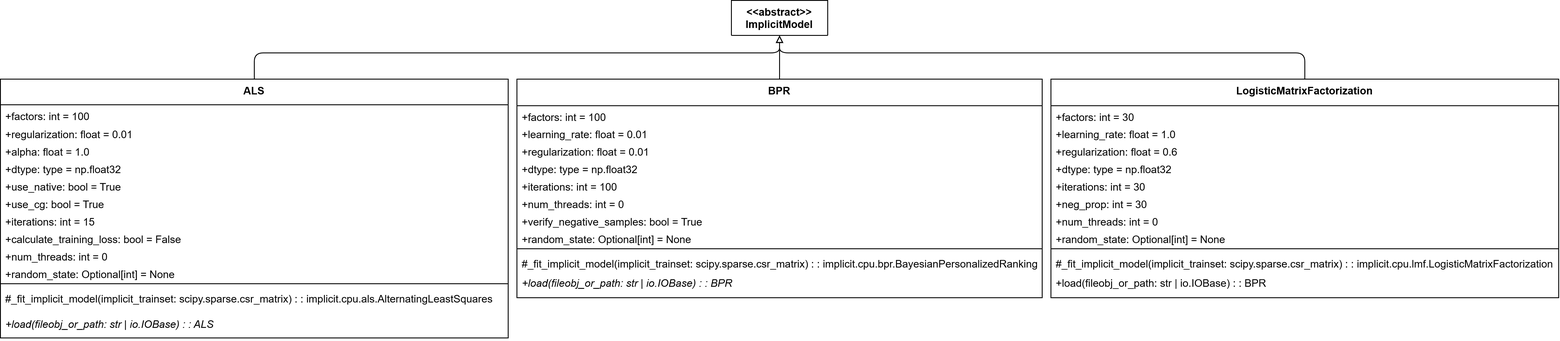
Before: figures/UML/models/implicit_models.png, a diagram exported from draw.io (Lorenzo-Gardini/Thesis). Source tidied: cells renumbered, new cells last; positions are measured from the earlier drawing's top-left corner, leaving out a move shared by most shapes.
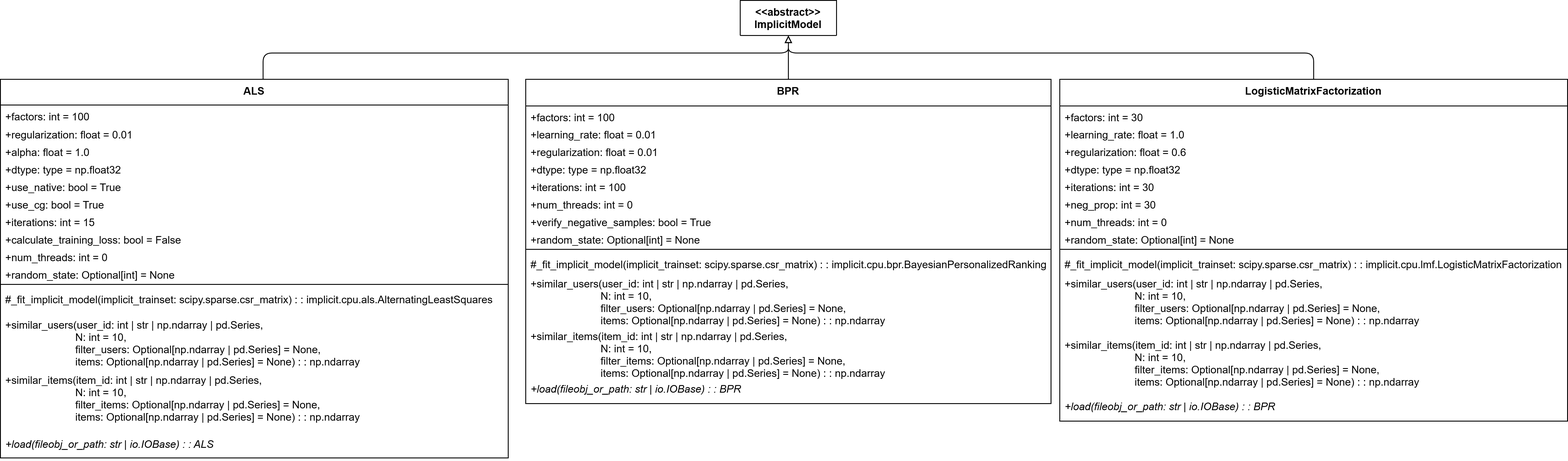
Above is the later version.

The edit, as a diff of the source:
```diff
@@ -2,16 +2,16 @@
   <root>
     <mxCell id="0" />
     <mxCell id="1" parent="0" />
-    <mxCell id="2" style="edgeStyle=orthogonalEdgeStyle;rounded=1;jettySize=auto;html=1;entryX=0.5;entryY=1;entryDx=0;entryDy=0;curved=0;endArrow=block;endFill=0;" parent="1" edge="1" source="3" target="30">
+    <mxCell id="2" style="edgeStyle=orthogonalEdgeStyle;rounded=1;jettySize=auto;html=1;entryX=0.5;entryY=1;entryDx=0;entryDy=0;curved=0;endArrow=block;endFill=0;" parent="1" edge="1" source="3" target="34">
       <mxGeometry relative="1" as="geometry">
         <Array as="points">
-          <mxPoint x="290" y="60" />
-          <mxPoint x="890" y="60" />
+          <mxPoint x="300" y="60" />
+          <mxPoint x="900" y="60" />
         </Array>
       </mxGeometry>
     </mxCell>
     <mxCell id="3" value="ALS" style="swimlane;fontStyle=1;align=center;verticalAlign=top;horizontal=1;startSize=29.333333333333332;" parent="1" vertex="1">
-      <mxGeometry y="90" width="580" height="296" as="geometry" />
+      <mxGeometry y="90" width="580" height="432" as="geometry" />
     </mxCell>
     <mxCell id="4" value="+factors: int = 100" style="text;strokeColor=none;fillColor=none;align=left;verticalAlign=top;spacingLeft=4;spacingRight=4;overflow=hidden;" parent="3" vertex="1">
       <mxGeometry y="29.3" width="580" height="20.7" as="geometry" />
@@ -49,94 +49,112 @@
     <mxCell id="15" value="#_fit_implicit_model(implicit_trainset: scipy.sparse.csr_matrix) : : implicit.cpu.als.AlternatingLeastSquares" style="text;strokeColor=none;fillColor=none;align=left;verticalAlign=top;spacingLeft=4;spacingRight=4;overflow=hidden;fontStyle=0;" parent="3" vertex="1">
       <mxGeometry y="238" width="580" height="29" as="geometry" />
     </mxCell>
-    <mxCell id="16" value="+load(fileobj_or_path: str | io.IOBase) : : ALS" style="text;strokeColor=none;fillColor=none;align=left;verticalAlign=top;spacingLeft=4;spacingRight=4;overflow=hidden;fontStyle=2;" parent="3" vertex="1">
-      <mxGeometry y="267" width="580" height="29" as="geometry" />
+    <mxCell id="16" value="+similar_users(user_id: int | str | np.ndarray | pd.Series, &#10;                        N: int = 10, &#10;                        filter_users: Optional[np.ndarray | pd.Series] = None, &#10;                        items: Optional[np.ndarray | pd.Series] = None) : : np.ndarray" style="text;strokeColor=none;fillColor=none;align=left;verticalAlign=top;spacingLeft=4;spacingRight=4;overflow=hidden;fontStyle=0;" parent="3" vertex="1">
+      <mxGeometry y="267" width="580" height="63" as="geometry" />
     </mxCell>
-    <mxCell id="17" style="edgeStyle=orthogonalEdgeStyle;rounded=0;jettySize=auto;html=1;entryX=0.5;entryY=1;entryDx=0;entryDy=0;endArrow=block;endFill=0;" parent="1" edge="1" source="18" target="30">
-      <mxGeometry relative="1" as="geometry" />
+    <mxCell id="17" value="+similar_items(item_id: int | str | np.ndarray | pd.Series,&#10;                        N: int = 10,&#10;                        filter_items: Optional[np.ndarray | pd.Series] = None,&#10;                        items: Optional[np.ndarray | pd.Series] = None) : : np.ndarray" style="text;strokeColor=none;fillColor=none;align=left;verticalAlign=top;spacingLeft=4;spacingRight=4;overflow=hidden;fontStyle=0;" parent="3" vertex="1">
+      <mxGeometry y="330" width="580" height="73" as="geometry" />
     </mxCell>
-    <mxCell id="18" value="BPR" style="swimlane;fontStyle=1;align=center;verticalAlign=top;horizontal=1;startSize=30.4;" parent="1" vertex="1">
-      <mxGeometry x="590" y="90" width="600" height="250" as="geometry" />
+    <mxCell id="18" value="+load(fileobj_or_path: str | io.IOBase) : : ALS" style="text;strokeColor=none;fillColor=none;align=left;verticalAlign=top;spacingLeft=4;spacingRight=4;overflow=hidden;points=[[0,0.5],[1,0.5]];portConstraint=eastwest;fontStyle=2;" parent="3" vertex="1">
+      <mxGeometry y="403" width="580" height="29" as="geometry" />
     </mxCell>
-    <mxCell id="19" value="+factors: int = 100" style="text;strokeColor=none;fillColor=none;align=left;verticalAlign=top;spacingLeft=4;spacingRight=4;overflow=hidden;" parent="18" vertex="1">
-      <mxGeometry y="30.4" width="600" height="19.6" as="geometry" />
+    <mxCell id="19" style="edgeStyle=orthogonalEdgeStyle;rounded=0;jettySize=auto;html=1;entryX=0.5;entryY=1;entryDx=0;entryDy=0;endArrow=block;endFill=0;" parent="1" edge="1" source="20" target="34">
+      <mxGeometry relative="1" as="geometry" />
     </mxCell>
-    <mxCell id="20" value="+learning_rate: float = 0.01" style="text;strokeColor=none;fillColor=none;align=left;verticalAlign=top;spacingLeft=4;spacingRight=4;overflow=hidden;points=[[0,0.5],[1,0.5]];portConstraint=eastwest;" parent="18" vertex="1">
-      <mxGeometry y="50" width="600" height="20" as="geometry" />
+    <mxCell id="20" value="BPR" style="swimlane;fontStyle=1;align=center;verticalAlign=top;horizontal=1;startSize=30.4;" parent="1" vertex="1">
+      <mxGeometry x="600" y="90" width="600" height="370" as="geometry" />
     </mxCell>
-    <mxCell id="21" value="+regularization: float = 0.01" style="text;strokeColor=none;fillColor=none;align=left;verticalAlign=top;spacingLeft=4;spacingRight=4;overflow=hidden;" parent="18" vertex="1">
-      <mxGeometry y="70" width="600" height="20" as="geometry" />
+    <mxCell id="21" value="+factors: int = 100" style="text;strokeColor=none;fillColor=none;align=left;verticalAlign=top;spacingLeft=4;spacingRight=4;overflow=hidden;" parent="20" vertex="1">
+      <mxGeometry y="30.4" width="600" height="19.6" as="geometry" />
     </mxCell>
-    <mxCell id="22" value="+dtype: type = np.float32" style="text;strokeColor=none;fillColor=none;align=left;verticalAlign=top;spacingLeft=4;spacingRight=4;overflow=hidden;" parent="18" vertex="1">
-      <mxGeometry y="90" width="600" height="20" as="geometry" />
+    <mxCell id="22" value="+learning_rate: float = 0.01" style="text;strokeColor=none;fillColor=none;align=left;verticalAlign=top;spacingLeft=4;spacingRight=4;overflow=hidden;" parent="20" vertex="1">
+      <mxGeometry y="50" width="600" height="20" as="geometry" />
     </mxCell>
-    <mxCell id="23" value="+iterations: int = 100" style="text;strokeColor=none;fillColor=none;align=left;verticalAlign=top;spacingLeft=4;spacingRight=4;overflow=hidden;" parent="18" vertex="1">
-      <mxGeometry y="110" width="600" height="20" as="geometry" />
+    <mxCell id="23" value="+regularization: float = 0.01" style="text;strokeColor=none;fillColor=none;align=left;verticalAlign=top;spacingLeft=4;spacingRight=4;overflow=hidden;" parent="20" vertex="1">
+      <mxGeometry y="70" width="600" height="20" as="geometry" />
     </mxCell>
-    <mxCell id="24" value="+num_threads: int = 0" style="text;strokeColor=none;fillColor=none;align=left;verticalAlign=top;spacingLeft=4;spacingRight=4;overflow=hidden;" parent="18" vertex="1">
-      <mxGeometry y="130" width="600" height="20" as="geometry" />
+    <mxCell id="24" value="+dtype: type = np.float32" style="text;strokeColor=none;fillColor=none;align=left;verticalAlign=top;spacingLeft=4;spacingRight=4;overflow=hidden;" parent="20" vertex="1">
+      <mxGeometry y="90" width="600" height="20" as="geometry" />
     </mxCell>
-    <mxCell id="25" value="+verify_negative_samples: bool = True" style="text;strokeColor=none;fillColor=none;align=left;verticalAlign=top;spacingLeft=4;spacingRight=4;overflow=hidden;" parent="18" vertex="1">
-      <mxGeometry y="150" width="600" height="20" as="geometry" />
+    <mxCell id="25" value="+iterations: int = 100" style="text;strokeColor=none;fillColor=none;align=left;verticalAlign=top;spacingLeft=4;spacingRight=4;overflow=hidden;" parent="20" vertex="1">
+      <mxGeometry y="110" width="600" height="20" as="geometry" />
     </mxCell>
-    <mxCell id="26" value="+random_state: Optional[int] = None" style="text;strokeColor=none;fillColor=none;align=left;verticalAlign=top;spacingLeft=4;spacingRight=4;overflow=hidden;" parent="18" vertex="1">
-      <mxGeometry y="170" width="600" height="20" as="geometry" />
+    <mxCell id="26" value="+num_threads: int = 0" style="text;strokeColor=none;fillColor=none;align=left;verticalAlign=top;spacingLeft=4;spacingRight=4;overflow=hidden;" parent="20" vertex="1">
+      <mxGeometry y="130" width="600" height="20" as="geometry" />
     </mxCell>
-    <mxCell id="27" style="line;strokeWidth=1;fillColor=none;align=left;verticalAlign=middle;spacingTop=-1;spacingLeft=3;spacingRight=3;labelPosition=right;strokeColor=inherit;" parent="18" vertex="1">
-      <mxGeometry y="190" width="600" height="8" as="geometry" />
+    <mxCell id="27" value="+verify_negative_samples: bool = True" style="text;strokeColor=none;fillColor=none;align=left;verticalAlign=top;spacingLeft=4;spacingRight=4;overflow=hidden;" parent="20" vertex="1">
+      <mxGeometry y="150" width="600" height="20" as="geometry" />
     </mxCell>
-    <mxCell id="28" value="#_fit_implicit_model(implicit_trainset: scipy.sparse.csr_matrix) : : implicit.cpu.bpr.BayesianPersonalizedRanking" style="text;strokeColor=none;fillColor=none;align=left;verticalAlign=top;spacingLeft=4;spacingRight=4;overflow=hidden;fontStyle=0;" parent="18" vertex="1">
-      <mxGeometry y="198" width="600" height="22" as="geometry" />
+    <mxCell id="28" value="+random_state: Optional[int] = None" style="text;strokeColor=none;fillColor=none;align=left;verticalAlign=top;spacingLeft=4;spacingRight=4;overflow=hidden;" parent="20" vertex="1">
+      <mxGeometry y="170" width="600" height="20" as="geometry" />
     </mxCell>
-    <mxCell id="29" value="+load(fileobj_or_path: str | io.IOBase) : : BPR" style="text;strokeColor=none;fillColor=none;align=left;verticalAlign=top;spacingLeft=4;spacingRight=4;overflow=hidden;fontStyle=2;" parent="18" vertex="1">
-      <mxGeometry y="220" width="600" height="30" as="geometry" />
+    <mxCell id="29" style="line;strokeWidth=1;fillColor=none;align=left;verticalAlign=middle;spacingTop=-1;spacingLeft=3;spacingRight=3;labelPosition=right;strokeColor=inherit;" parent="20" vertex="1">
+      <mxGeometry y="190" width="600" height="8" as="geometry" />
     </mxCell>
-    <mxCell id="30" value="&lt;&lt;abstract&gt;&gt;&#10;ImplicitModel" style="swimlane;fontStyle=1;align=center;verticalAlign=top;horizontal=1;startSize=40;" parent="1" vertex="1">
-      <mxGeometry x="835" width="110" height="40" as="geometry" />
+    <mxCell id="30" value="#_fit_implicit_model(implicit_trainset: scipy.sparse.csr_matrix) : : implicit.cpu.bpr.BayesianPersonalizedRanking" style="text;strokeColor=none;fillColor=none;align=left;verticalAlign=top;spacingLeft=4;spacingRight=4;overflow=hidden;points=[[0,0.5],[1,0.5]];portConstraint=eastwest;fontStyle=0;" parent="20" vertex="1">
+      <mxGeometry y="198" width="600" height="22" as="geometry" />
     </mxCell>
-    <mxCell id="31" style="edgeStyle=orthogonalEdgeStyle;rounded=1;jettySize=auto;html=1;entryX=0.5;entryY=1;entryDx=0;entryDy=0;curved=0;endArrow=block;endFill=0;" parent="1" edge="1" source="32" target="30">
-      <mxGeometry relative="1" as="geometry">
-        <Array as="points">
-          <mxPoint x="1490" y="60" />
-          <mxPoint x="890" y="60" />
-        </Array>
-      </mxGeometry>
+    <mxCell id="31" value="+similar_users(user_id: int | str | np.ndarray | pd.Series, &#10;                        N: int = 10, &#10;                        filter_users: Optional[np.ndarray | pd.Series] = None, &#10;                        items: Optional[np.ndarray | pd.Series] = None) : : np.ndarray" style="text;strokeColor=none;fillColor=none;align=left;verticalAlign=top;spacingLeft=4;spacingRight=4;overflow=hidden;fontStyle=0;" parent="20" vertex="1">
+      <mxGeometry y="220" width="600" height="60" as="geometry" />
     </mxCell>
-    <mxCell id="32" value="LogisticMatrixFactorization" style="swimlane;fontStyle=1;align=center;verticalAlign=top;horizontal=1;startSize=30.4;" parent="1" vertex="1">
-      <mxGeometry x="1200" y="90" width="580" height="250" as="geometry" />
+    <mxCell id="32" value="+similar_items(item_id: int | str | np.ndarray | pd.Series,&#10;                        N: int = 10,&#10;                        filter_items: Optional[np.ndarray | pd.Series] = None,&#10;                        items: Optional[np.ndarray | pd.Series] = None) : : np.ndarray" style="text;strokeColor=none;fillColor=none;align=left;verticalAlign=top;spacingLeft=4;spacingRight=4;overflow=hidden;points=[[0,0.5],[1,0.5]];portConstraint=eastwest;fontStyle=0;" parent="20" vertex="1">
+      <mxGeometry y="280" width="600" height="60" as="geometry" />
     </mxCell>
-    <mxCell id="33" value="+factors: int = 30" style="text;strokeColor=none;fillColor=none;align=left;verticalAlign=top;spacingLeft=4;spacingRight=4;overflow=hidden;" parent="32" vertex="1">
-      <mxGeometry y="30.4" width="580" height="19.6" as="geometry" />
+    <mxCell id="33" value="+load(fileobj_or_path: str | io.IOBase) : : BPR" style="text;strokeColor=none;fillColor=none;align=left;verticalAlign=top;spacingLeft=4;spacingRight=4;overflow=hidden;fontStyle=2;" parent="20" vertex="1">
+      <mxGeometry y="340" width="600" height="30" as="geometry" />
     </mxCell>
-    <mxCell id="34" value="+learning_rate: float = 1.0" style="text;strokeColor=none;fillColor=none;align=left;verticalAlign=top;spacingLeft=4;spacingRight=4;overflow=hidden;points=[[0,0.5],[1,0.5]];portConstraint=eastwest;" parent="32" vertex="1">
-      <mxGeometry y="50" width="580" height="20" as="geometry" />
+    <mxCell id="34" value="&lt;&lt;abstract&gt;&gt;&#10;ImplicitModel" style="swimlane;fontStyle=1;align=center;verticalAlign=top;horizontal=1;startSize=40;" parent="1" vertex="1">
+      <mxGeometry x="845" width="110" height="40" as="geometry" />
     </mxCell>
-    <mxCell id="35" value="+regularization: float = 0.6" style="text;strokeColor=none;fillColor=none;align=left;verticalAlign=top;spacingLeft=4;spacingRight=4;overflow=hidden;" parent="32" vertex="1">
-      <mxGeometry y="70" width="580" height="20" as="geometry" />
+    <mxCell id="35" style="edgeStyle=orthogonalEdgeStyle;rounded=1;jettySize=auto;html=1;entryX=0.5;entryY=1;entryDx=0;entryDy=0;curved=0;endArrow=block;endFill=0;" parent="1" edge="1" source="36" target="34">
+      <mxGeometry relative="1" as="geometry">
+        <Array as="points">
+          <mxPoint x="1500" y="60" />
+          <mxPoint x="900" y="60" />
+        </Array>
+      </mxGeometry>
     </mxCell>
-    <mxCell id="36" value="+dtype: type = np.float32" style="text;strokeColor=none;fillColor=none;align=left;verticalAlign=top;spacingLeft=4;spacingRight=4;overflow=hidden;points=[[0,0.5],[1,0.5]];portConstraint=eastwest;" parent="32" vertex="1">
-      <mxGeometry y="90" width="580" height="20" as="geometry" />
+    <mxCell id="36" value="LogisticMatrixFactorization" style="swimlane;fontStyle=1;align=center;verticalAlign=top;horizontal=1;startSize=30.4;" parent="1" vertex="1">
+      <mxGeometry x="1210" y="90" width="580" height="390" as="geometry" />
     </mxCell>
-    <mxCell id="37" value="+iterations: int = 30" style="text;strokeColor=none;fillColor=none;align=left;verticalAlign=top;spacingLeft=4;spacingRight=4;overflow=hidden;" parent="32" vertex="1">
-      <mxGeometry y="110" width="580" height="20" as="geometry" />
+    <mxCell id="37" value="+factors: int = 30" style="text;strokeColor=none;fillColor=none;align=left;verticalAlign=top;spacingLeft=4;spacingRight=4;overflow=hidden;" parent="36" vertex="1">
+      <mxGeometry y="30.4" width="580" height="19.6" as="geometry" />
     </mxCell>
-    <mxCell id="38" value="+neg_prop: int = 30" style="text;strokeColor=none;fillColor=none;align=left;verticalAlign=top;spacingLeft=4;spacingRight=4;overflow=hidden;" parent="32" vertex="1">
-      <mxGeometry y="130" width="580" height="20" as="geometry" />
+    <mxCell id="38" value="+learning_rate: float = 1.0" style="text;strokeColor=none;fillColor=none;align=left;verticalAlign=top;spacingLeft=4;spacingRight=4;overflow=hidden;" parent="36" vertex="1">
+      <mxGeometry y="50" width="580" height="20" as="geometry" />
     </mxCell>
-    <mxCell id="39" value="+num_threads: int = 0" style="text;strokeColor=none;fillColor=none;align=left;verticalAlign=top;spacingLeft=4;spacingRight=4;overflow=hidden;" parent="32" vertex="1">
-      <mxGeometry y="150" width="580" height="20" as="geometry" />
+    <mxCell id="39" value="+regularization: float = 0.6" style="text;strokeColor=none;fillColor=none;align=left;verticalAlign=top;spacingLeft=4;spacingRight=4;overflow=hidden;" parent="36" vertex="1">
+      <mxGeometry y="70" width="580" height="20" as="geometry" />
     </mxCell>
-    <mxCell id="40" value="+random_state: Optional[int] = None" style="text;strokeColor=none;fillColor=none;align=left;verticalAlign=top;spacingLeft=4;spacingRight=4;overflow=hidden;" parent="32" vertex="1">
-      <mxGeometry y="170" width="580" height="20" as="geometry" />
+    <mxCell id="40" value="+dtype: type = np.float32" style="text;strokeColor=none;fillColor=none;align=left;verticalAlign=top;spacingLeft=4;spacingRight=4;overflow=hidden;" parent="36" vertex="1">
+      <mxGeometry y="90" width="580" height="20" as="geometry" />
     </mxCell>
-    <mxCell id="41" style="line;strokeWidth=1;fillColor=none;align=left;verticalAlign=middle;spacingTop=-1;spacingLeft=3;spacingRight=3;labelPosition=right;strokeColor=inherit;" parent="32" vertex="1">
-      <mxGeometry y="190" width="580" height="8" as="geometry" />
+    <mxCell id="41" value="+iterations: int = 30" style="text;strokeColor=none;fillColor=none;align=left;verticalAlign=top;spacingLeft=4;spacingRight=4;overflow=hidden;" parent="36" vertex="1">
+      <mxGeometry y="110" width="580" height="20" as="geometry" />
     </mxCell>
-    <mxCell id="42" value="#_fit_implicit_model(implicit_trainset: scipy.sparse.csr_matrix) : : implicit.cpu.lmf.LogisticMatrixFactorization" style="text;strokeColor=none;fillColor=none;align=left;verticalAlign=top;spacingLeft=4;spacingRight=4;overflow=hidden;fontStyle=0;" parent="32" vertex="1">
-      <mxGeometry y="198" width="580" height="22" as="geometry" />
+    <mxCell id="42" value="+neg_prop: int = 30" style="text;strokeColor=none;fillColor=none;align=left;verticalAlign=top;spacingLeft=4;spacingRight=4;overflow=hidden;" parent="36" vertex="1">
+      <mxGeometry y="130" width="580" height="20" as="geometry" />
     </mxCell>
-    <mxCell id="43" value="+load(fileobj_or_path: str | io.IOBase) : : BPR" style="text;strokeColor=none;fillColor=none;align=left;verticalAlign=top;spacingLeft=4;spacingRight=4;overflow=hidden;fontStyle=0;" parent="32" vertex="1">
-      <mxGeometry y="220" width="580" height="30" as="geometry" />
+    <mxCell id="43" value="+num_threads: int = 0" style="text;strokeColor=none;fillColor=none;align=left;verticalAlign=top;spacingLeft=4;spacingRight=4;overflow=hidden;" parent="36" vertex="1">
+      <mxGeometry y="150" width="580" height="20" as="geometry" />
     </mxCell>
+    <mxCell id="44" value="+random_state: Optional[int] = None" style="text;strokeColor=none;fillColor=none;align=left;verticalAlign=top;spacingLeft=4;spacingRight=4;overflow=hidden;" parent="36" vertex="1">
+      <mxGeometry y="170" width="580" height="20" as="geometry" />
+    </mxCell>
+    <mxCell id="45" style="line;strokeWidth=1;fillColor=none;align=left;verticalAlign=middle;spacingTop=-1;spacingLeft=3;spacingRight=3;labelPosition=right;strokeColor=inherit;" parent="36" vertex="1">
+      <mxGeometry y="190" width="580" height="8" as="geometry" />
+    </mxCell>
+    <mxCell id="46" value="#_fit_implicit_model(implicit_trainset: scipy.sparse.csr_matrix) : : implicit.cpu.lmf.LogisticMatrixFactorization" style="text;strokeColor=none;fillColor=none;align=left;verticalAlign=top;spacingLeft=4;spacingRight=4;overflow=hidden;fontStyle=0;" parent="36" vertex="1">
+      <mxGeometry y="198" width="580" height="22" as="geometry" />
+    </mxCell>
+    <mxCell id="47" value="+similar_users(user_id: int | str | np.ndarray | pd.Series, &#10;                        N: int = 10, &#10;                        filter_users: Optional[np.ndarray | pd.Series] = None, &#10;                        items: Optional[np.ndarray | pd.Series] = None) : : np.ndarray" style="text;strokeColor=none;fillColor=none;align=left;verticalAlign=top;spacingLeft=4;spacingRight=4;overflow=hidden;fontStyle=0;" parent="36" vertex="1">
+      <mxGeometry y="220" width="580" height="70" as="geometry" />
+    </mxCell>
+    <mxCell id="48" value="+similar_items(item_id: int | str | np.ndarray | pd.Series,&#10;                        N: int = 10,&#10;                        filter_items: Optional[np.ndarray | pd.Series] = None,&#10;                        items: Optional[np.ndarray | pd.Series] = None) : : np.ndarray" style="text;strokeColor=none;fillColor=none;align=left;verticalAlign=top;spacingLeft=4;spacingRight=4;overflow=hidden;fontStyle=0;" parent="36" vertex="1">
+      <mxGeometry y="290" width="580" height="70" as="geometry" />
+    </mxCell>
+    <mxCell id="49" value="+load(fileobj_or_path: str | io.IOBase) : : BPR" style="text;strokeColor=none;fillColor=none;align=left;verticalAlign=top;spacingLeft=4;spacingRight=4;overflow=hidden;fontStyle=2;" parent="36" vertex="1">
+      <mxGeometry y="360" width="580" height="30" as="geometry" />
+    </mxCell>
   </root>
 </mxGraphModel>
```
